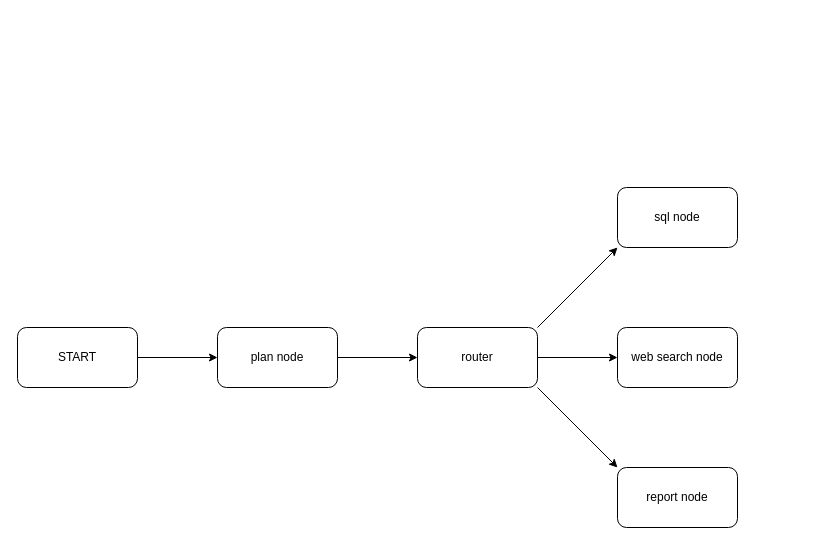
Before: 报告智能体架构设计图.drawio in xv994/TakeAFreeShower, a draw.io diagram. Source tidied: cells renumbered, new cells numbered last; positions are measured from the earlier drawing's top-left corner, leaving out a move shared by most shapes. Both pictures are drawn from the tidied source at 100%, with x=0, y=0 at pixel (17, 187).
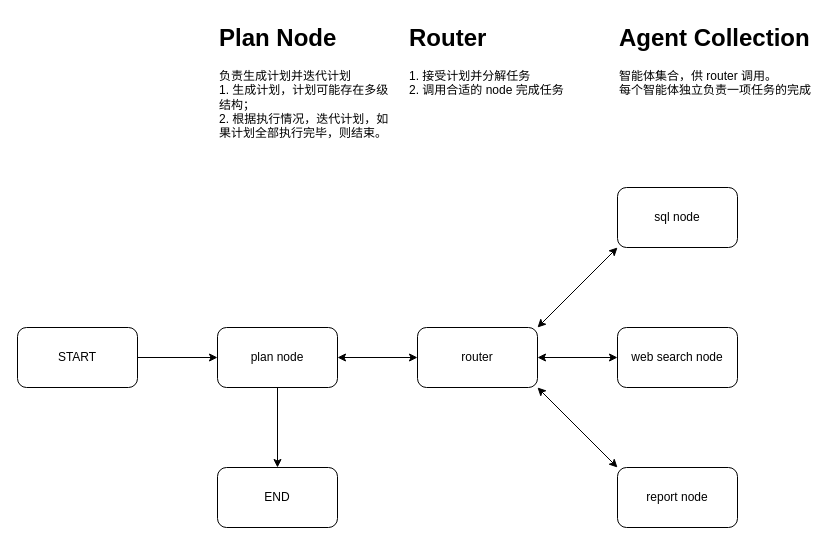
The same page after the edit.

Commit message (it also covers changes not shown here):
更新报告智能体架构设计图.drawio

Diff of the diagram source:
```diff
@@
 <mxGraphModel>
   <root>
     <mxCell id="0" />
     <mxCell id="1" parent="0" />
     <mxCell id="2" style="edgeStyle=orthogonalEdgeStyle;rounded=0;jettySize=auto;html=1;" parent="1" edge="1" source="3" target="5">
       <mxGeometry relative="1" as="geometry" />
     </mxCell>
     <mxCell id="3" value="START" style="rounded=1;whiteSpace=wrap;html=1;" parent="1" vertex="1">
       <mxGeometry y="140" width="120" height="60" as="geometry" />
     </mxCell>
-    <mxCell id="4" style="edgeStyle=orthogonalEdgeStyle;rounded=0;jettySize=auto;html=1;" parent="1" edge="1" source="5" target="9">
+    <mxCell id="4" style="edgeStyle=orthogonalEdgeStyle;rounded=0;jettySize=auto;html=1;startArrow=classic;startFill=1;" parent="1" edge="1" source="5" target="9">
       <mxGeometry relative="1" as="geometry" />
     </mxCell>
+    <mxCell id="13" style="edgeStyle=orthogonalEdgeStyle;rounded=0;jettySize=auto;html=1;" parent="1" edge="1" source="5" target="14">
+      <mxGeometry relative="1" as="geometry" />
+    </mxCell>
     <mxCell id="5" value="plan node" style="whiteSpace=wrap;html=1;rounded=1;" parent="1" vertex="1">
       <mxGeometry x="200" y="140" width="120" height="60" as="geometry" />
     </mxCell>
-    <mxCell id="6" style="edgeStyle=orthogonalEdgeStyle;rounded=0;jettySize=auto;html=1;" parent="1" edge="1" source="9" target="10">
+    <mxCell id="6" style="edgeStyle=orthogonalEdgeStyle;rounded=0;jettySize=auto;html=1;startArrow=classic;startFill=1;" parent="1" edge="1" source="9" target="10">
       <mxGeometry relative="1" as="geometry" />
     </mxCell>
-    <mxCell id="7" style="rounded=0;jettySize=auto;html=1;exitX=1;exitY=0;exitDx=0;exitDy=0;entryX=0;entryY=1;entryDx=0;entryDy=0;" parent="1" edge="1" source="9" target="11">
+    <mxCell id="7" style="rounded=0;jettySize=auto;html=1;exitX=1;exitY=0;exitDx=0;exitDy=0;entryX=0;entryY=1;entryDx=0;entryDy=0;startArrow=classic;startFill=1;" parent="1" edge="1" source="9" target="11">
       <mxGeometry relative="1" as="geometry" />
     </mxCell>
-    <mxCell id="8" style="rounded=0;jettySize=auto;html=1;exitX=1;exitY=1;exitDx=0;exitDy=0;entryX=0;entryY=0;entryDx=0;entryDy=0;" parent="1" edge="1" source="9" target="12">
+    <mxCell id="8" style="rounded=0;jettySize=auto;html=1;exitX=1;exitY=1;exitDx=0;exitDy=0;entryX=0;entryY=0;entryDx=0;entryDy=0;startArrow=classic;startFill=1;" parent="1" edge="1" source="9" target="12">
       <mxGeometry relative="1" as="geometry" />
     </mxCell>
     <mxCell id="9" value="router" style="whiteSpace=wrap;html=1;rounded=1;" parent="1" vertex="1">
       <mxGeometry x="400" y="140" width="120" height="60" as="geometry" />
     </mxCell>
     <mxCell id="10" value="web search node" style="whiteSpace=wrap;html=1;rounded=1;" parent="1" vertex="1">
       <mxGeometry x="600" y="140" width="120" height="60" as="geometry" />
     </mxCell>
     <mxCell id="11" value="sql node" style="whiteSpace=wrap;html=1;rounded=1;" parent="1" vertex="1">
       <mxGeometry x="600" width="120" height="60" as="geometry" />
     </mxCell>
     <mxCell id="12" value="report node" style="whiteSpace=wrap;html=1;rounded=1;" parent="1" vertex="1">
       <mxGeometry x="600" y="280" width="120" height="60" as="geometry" />
     </mxCell>
+    <mxCell id="14" value="END" style="whiteSpace=wrap;html=1;rounded=1;" parent="1" vertex="1">
+      <mxGeometry x="200" y="280" width="120" height="60" as="geometry" />
+    </mxCell>
+    <mxCell id="15" value="&lt;h1 style=&quot;margin-top: 0px;&quot;&gt;Plan Node&lt;/h1&gt;&lt;div&gt;负责生成计划并迭代计划&lt;/div&gt;&lt;div&gt;1. 生成计划，计划可能存在多级结构；&lt;/div&gt;&lt;div&gt;2. 根据执行情况，迭代计划，如果计划全部执行完毕，则结束。&lt;/div&gt;" style="text;html=1;whiteSpace=wrap;overflow=hidden;rounded=0;" parent="1" vertex="1">
+      <mxGeometry x="200" y="-170" width="180" height="120" as="geometry" />
+    </mxCell>
+    <mxCell id="16" value="&lt;h1 style=&quot;margin-top: 0px;&quot;&gt;Router&lt;/h1&gt;&lt;div&gt;1. 接受计划并分解任务&lt;/div&gt;&lt;div&gt;2. 调用合适的 node 完成任务&lt;/div&gt;" style="text;html=1;whiteSpace=wrap;overflow=hidden;rounded=0;" parent="1" vertex="1">
+      <mxGeometry x="390" y="-170" width="180" height="120" as="geometry" />
+    </mxCell>
+    <mxCell id="17" value="&lt;h1 style=&quot;margin-top: 0px;&quot;&gt;Agent Collection&lt;/h1&gt;&lt;div&gt;智能体集合，供 router 调用。&lt;/div&gt;&lt;div&gt;每个智能体独立负责一项任务的完成&lt;/div&gt;" style="text;html=1;whiteSpace=wrap;overflow=hidden;rounded=0;" parent="1" vertex="1">
+      <mxGeometry x="600" y="-170" width="200" height="120" as="geometry" />
+    </mxCell>
   </root>
 </mxGraphModel>
```
